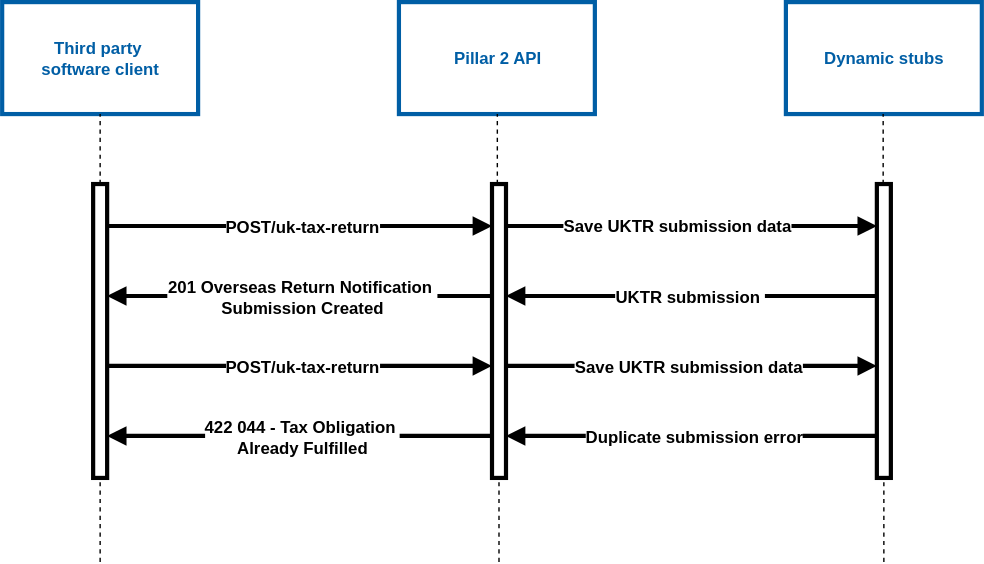
The draw.io diagram source/documentation/figures/duplicate-submissions-sequence.svg in hmrc/pillar2-service-guide, before a commit. Source tidied: cells renumbered, new cells last; positions are measured from the earlier drawing's top-left corner, leaving out a move shared by most shapes.
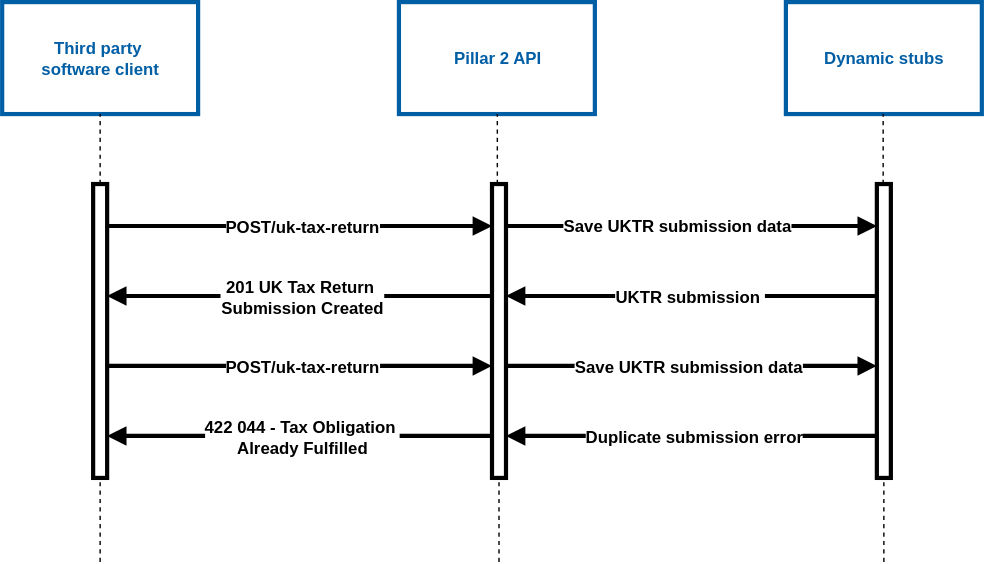
The same diagram one commit later.

Commit message:
update to duplicate submissions sequence diagram

label amended to include Submit UKTR response

What changed in the source:
```diff
@@ -121,7 +121,7 @@
         <mxPoint x="350" y="210" as="targetPoint" />
       </mxGeometry>
     </mxCell>
-    <mxCell id="27" value="201 Overseas Return Notification&amp;nbsp;&lt;div&gt;Submission Created&lt;/div&gt;" style="edgeLabel;html=1;align=center;verticalAlign=middle;fontStyle=1;fontSize=12;" parent="26" vertex="1">
+    <mxCell id="27" value="201 UK Tax Return&amp;nbsp;&lt;div&gt;Submission Created&lt;/div&gt;" style="edgeLabel;html=1;align=center;verticalAlign=middle;fontStyle=1;fontSize=12;" parent="26" vertex="1">
       <mxGeometry relative="1" as="geometry" />
     </mxCell>
     <mxCell id="28" style="endArrow=none;html=1;rounded=0;strokeWidth=3;startArrow=block;startFill=1;endFill=0;" parent="1" edge="1">
```
